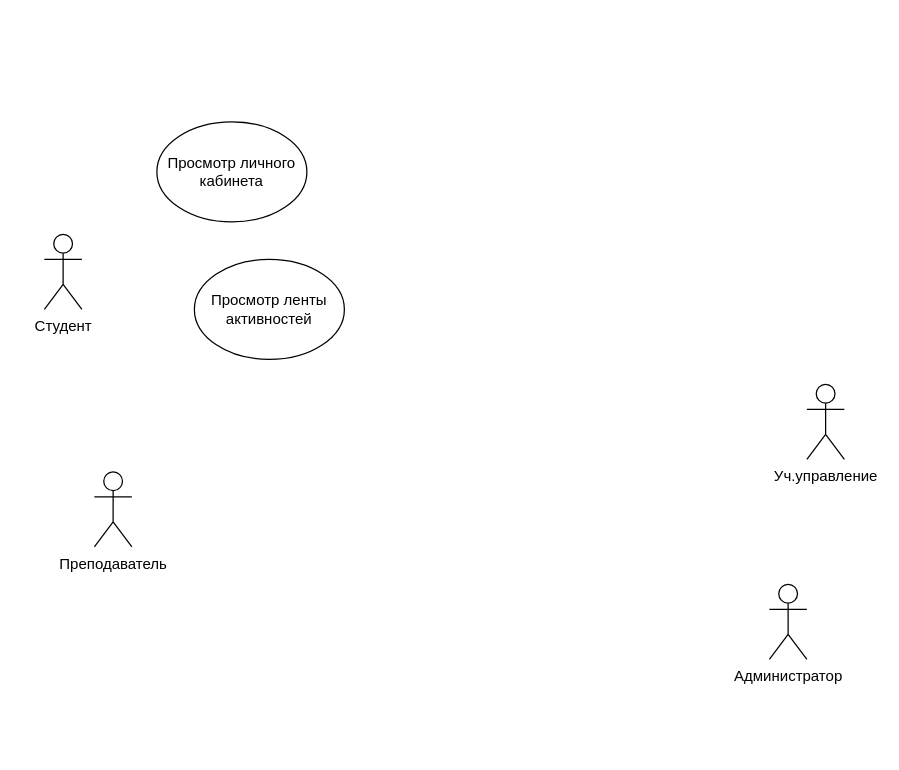
Above: pis2.drawio in danaddi/draw.io (draw.io), before the change. Source tidied: cells renumbered, new cells numbered last; positions are measured from the earlier drawing's top-left corner, leaving out a move shared by most shapes. Both pictures are drawn from the tidied source at 125%, with x=0, y=0 at pixel (44, 121).
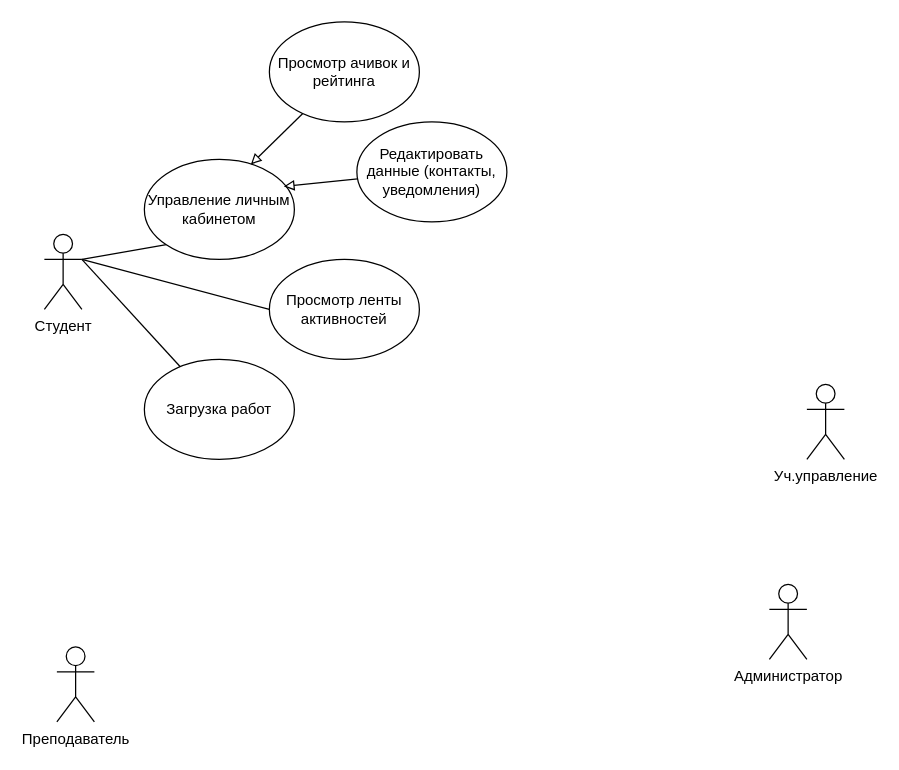
After the change.

Diff of the diagram source:
```diff
@@
 <mxGraphModel>
   <root>
     <mxCell id="0" />
     <mxCell id="1" parent="0" />
+    <mxCell id="8" style="rounded=0;jettySize=auto;html=1;exitX=1;exitY=0.3333333333333333;exitDx=0;exitDy=0;exitPerimeter=0;entryX=0;entryY=1;entryDx=0;entryDy=0;endArrow=none;endFill=0;" parent="1" edge="1" source="2" target="6">
+      <mxGeometry relative="1" as="geometry" />
+    </mxCell>
     <mxCell id="2" value="Студент" style="shape=umlActor;verticalLabelPosition=bottom;verticalAlign=top;html=1;outlineConnect=0;" parent="1" vertex="1">
       <mxGeometry y="90" width="30" height="60" as="geometry" />
     </mxCell>
     <mxCell id="3" value="Преподаватель" style="shape=umlActor;verticalLabelPosition=bottom;verticalAlign=top;html=1;" parent="1" vertex="1">
-      <mxGeometry x="40" y="280" width="30" height="60" as="geometry" />
+      <mxGeometry x="10" y="420" width="30" height="60" as="geometry" />
     </mxCell>
     <mxCell id="4" value="Уч.управление" style="shape=umlActor;verticalLabelPosition=bottom;verticalAlign=top;html=1;" parent="1" vertex="1">
       <mxGeometry x="610" y="210" width="30" height="60" as="geometry" />
     </mxCell>
     <mxCell id="5" value="Администратор" style="shape=umlActor;verticalLabelPosition=bottom;verticalAlign=top;html=1;" parent="1" vertex="1">
       <mxGeometry x="580" y="370" width="30" height="60" as="geometry" />
     </mxCell>
-    <mxCell id="6" value="Просмотр личного кабинета" style="ellipse;whiteSpace=wrap;html=1;" parent="1" vertex="1">
-      <mxGeometry x="90" width="120" height="80" as="geometry" />
+    <mxCell id="6" value="Управление личным кабинетом" style="ellipse;whiteSpace=wrap;html=1;" parent="1" vertex="1">
+      <mxGeometry x="80" y="30" width="120" height="80" as="geometry" />
     </mxCell>
     <mxCell id="7" value="Просмотр ленты активностей" style="ellipse;whiteSpace=wrap;html=1;" parent="1" vertex="1">
-      <mxGeometry x="120" y="110" width="120" height="80" as="geometry" />
+      <mxGeometry x="180" y="110" width="120" height="80" as="geometry" />
     </mxCell>
+    <mxCell id="9" value="Загрузка работ" style="ellipse;whiteSpace=wrap;html=1;" parent="1" vertex="1">
+      <mxGeometry x="80" y="190" width="120" height="80" as="geometry" />
+    </mxCell>
+    <mxCell id="10" value="Просмотр ачивок и рейтинга" style="ellipse;whiteSpace=wrap;html=1;" parent="1" vertex="1">
+      <mxGeometry x="180" y="-80" width="120" height="80" as="geometry" />
+    </mxCell>
+    <mxCell id="11" value="Редактировать данные (контакты, уведомления)" style="ellipse;whiteSpace=wrap;html=1;" parent="1" vertex="1">
+      <mxGeometry x="250" width="120" height="80" as="geometry" />
+    </mxCell>
+    <mxCell id="12" style="rounded=0;jettySize=auto;html=1;exitX=1;exitY=0.3333333333333333;exitDx=0;exitDy=0;exitPerimeter=0;entryX=0;entryY=0.5;entryDx=0;entryDy=0;endArrow=none;endFill=0;" parent="1" edge="1" source="2" target="7">
+      <mxGeometry relative="1" as="geometry" />
+    </mxCell>
+    <mxCell id="13" style="rounded=0;jettySize=auto;html=1;exitX=1;exitY=0.3333333333333333;exitDx=0;exitDy=0;exitPerimeter=0;endArrow=none;endFill=0;" parent="1" edge="1" source="2" target="9">
+      <mxGeometry relative="1" as="geometry" />
+    </mxCell>
+    <mxCell id="14" style="rounded=0;jettySize=auto;html=1;entryX=0.71;entryY=0.05;entryDx=0;entryDy=0;entryPerimeter=0;endArrow=block;endFill=0;" parent="1" edge="1" source="10" target="6">
+      <mxGeometry relative="1" as="geometry" />
+    </mxCell>
+    <mxCell id="15" style="rounded=0;jettySize=auto;html=1;entryX=0.93;entryY=0.27;entryDx=0;entryDy=0;entryPerimeter=0;endArrow=block;endFill=0;" parent="1" edge="1" source="11" target="6">
+      <mxGeometry relative="1" as="geometry" />
+    </mxCell>
   </root>
 </mxGraphModel>
```
